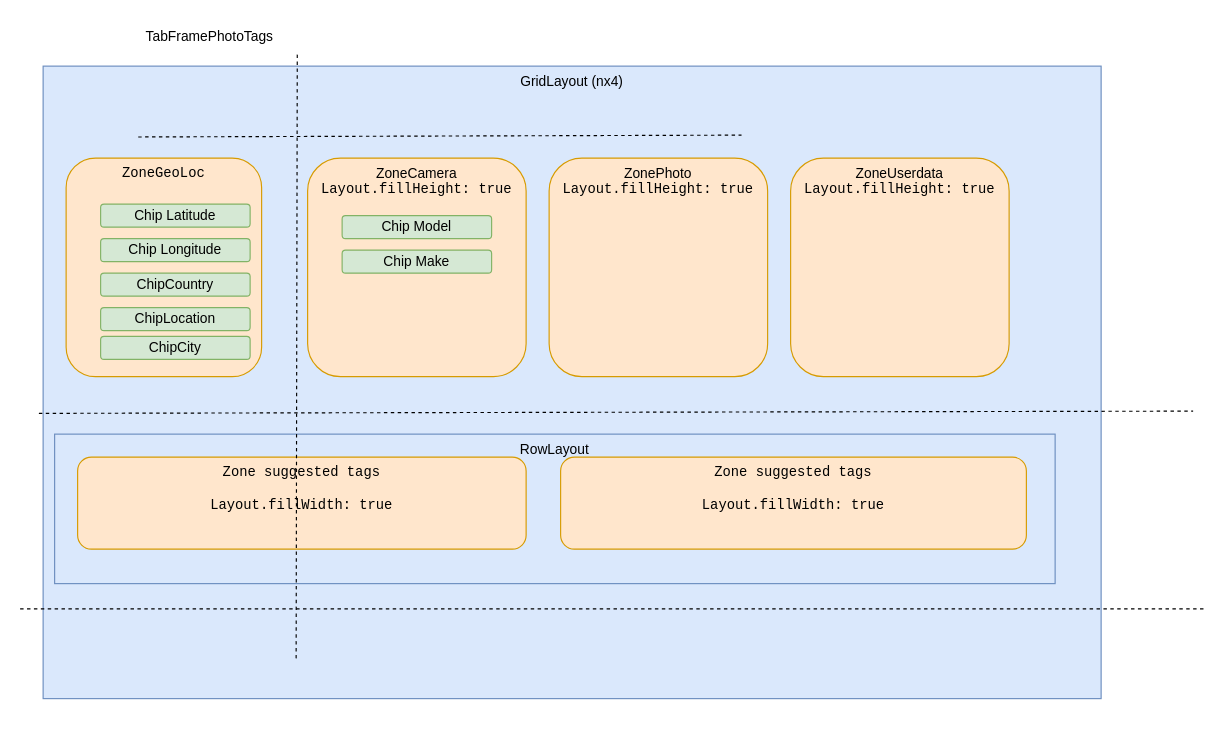
Earlier version of the draw.io diagram page "PHOTO TAGS" (4 of 5) of docs/TiPhotoLocatorViews.drawio (Sphinkie/tiPhotoLocator). Source tidied: cells renumbered, new cells numbered last; positions are measured from the earlier drawing's top-left corner, leaving out a move shared by most shapes. Both pictures are drawn from the tidied source at 115%, with x=0, y=0 at pixel (20, 20).
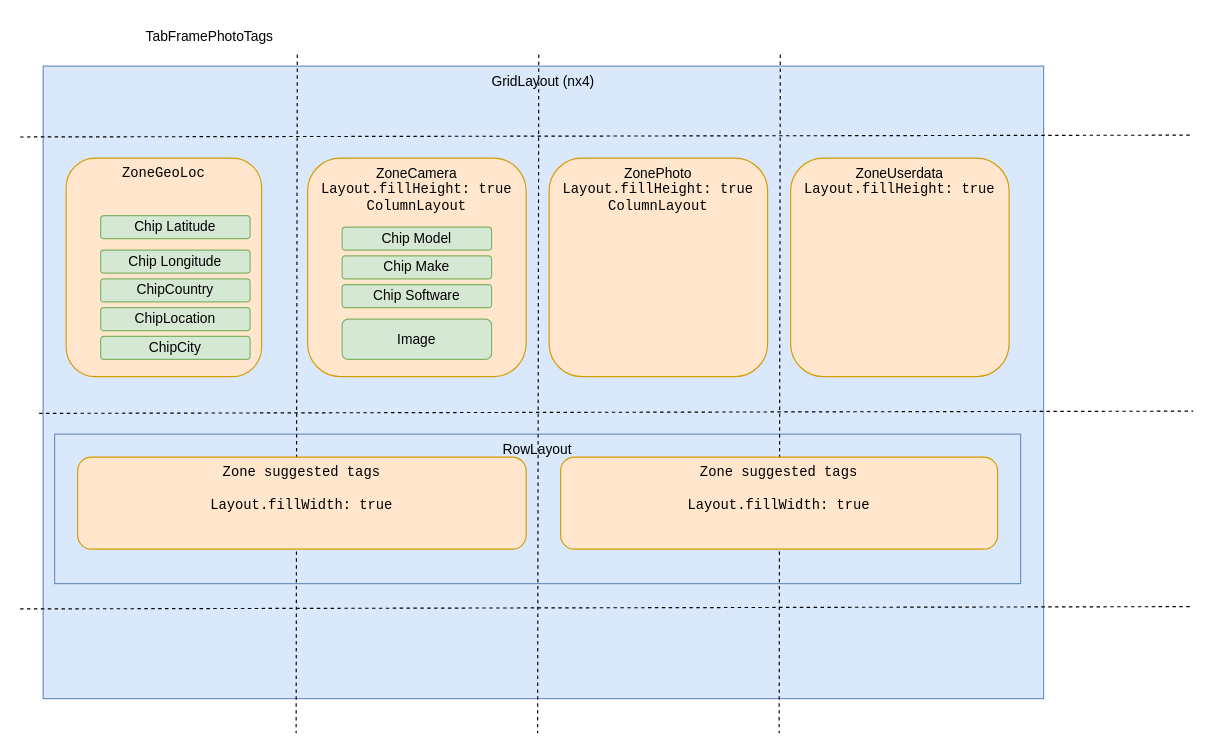
After the change.

Diff of the diagram source:
```diff
@@
     <mxCell id="2" value="GridLayout (nx4)" style="rounded=0;whiteSpace=wrap;html=1;fillColor=#dae8fc;strokeColor=#6c8ebf;verticalAlign=top;" parent="1" vertex="1">
-      <mxGeometry x="20" y="40" width="920" height="550" as="geometry" />
+      <mxGeometry x="20" y="40" width="870" height="550" as="geometry" />
     </mxCell>
     <mxCell id="3" value="RowLayout" style="rounded=0;whiteSpace=wrap;html=1;fillColor=#dae8fc;strokeColor=#6c8ebf;verticalAlign=top;" parent="1" vertex="1">
-      <mxGeometry x="30" y="360" width="870" height="130" as="geometry" />
+      <mxGeometry x="30" y="360" width="840" height="130" as="geometry" />
     </mxCell>
@@
-    <mxCell id="5" value="&lt;pre style=&quot;margin-top: 0px; margin-bottom: 0px;&quot;&gt;Zone suggested tags&lt;/pre&gt;&lt;pre style=&quot;margin-top: 0px; margin-bottom: 0px;&quot;&gt;&lt;br&gt;&lt;/pre&gt;&lt;pre style=&quot;margin-top: 0px; margin-bottom: 0px;&quot;&gt;Layout.fillWidth:&lt;span style=&quot;color:#c0c0c0;&quot;&gt; &lt;/span&gt;true&lt;/pre&gt;" style="rounded=1;whiteSpace=wrap;html=1;fillColor=#ffe6cc;strokeColor=#d79b00;verticalAlign=top;" parent="1" vertex="1">
-      <mxGeometry x="50" y="380" width="390" height="80" as="geometry" />
-    </mxCell>
@@
-    <mxCell id="7" style="endArrow=none;dashed=1;html=1;rounded=0;exitX=-0.003;exitY=0.275;exitDx=0;exitDy=0;exitPerimeter=0;entryX=1.006;entryY=0.272;entryDx=0;entryDy=0;entryPerimeter=0;" parent="1" edge="1">
+    <mxCell id="7" style="endArrow=none;dashed=1;html=1;rounded=0;exitX=-0.003;exitY=0.275;exitDx=0;exitDy=0;exitPerimeter=0;" parent="1" edge="1">
       <mxGeometry relative="1" as="geometry">
-        <mxPoint x="102.7" y="101.6" as="sourcePoint" />
-        <mxPoint x="627.3" y="100" as="targetPoint" />
+        <mxPoint y="101.6" as="sourcePoint" />
+        <mxPoint x="1020" y="100" as="targetPoint" />
       </mxGeometry>
     </mxCell>
@@
     <mxCell id="9" style="endArrow=none;dashed=1;html=1;rounded=0;exitX=-0.003;exitY=0.275;exitDx=0;exitDy=0;exitPerimeter=0;" parent="1" edge="1">
       <mxGeometry relative="1" as="geometry">
         <mxPoint y="512" as="sourcePoint" />
-        <mxPoint x="1030" y="512" as="targetPoint" />
+        <mxPoint x="1020" y="510" as="targetPoint" />
       </mxGeometry>
     </mxCell>
-    <mxCell id="10" style="endArrow=none;dashed=1;html=1;rounded=0;exitX=0.602;exitY=-0.002;exitDx=0;exitDy=0;exitPerimeter=0;entryX=0.6;entryY=1.013;entryDx=0;entryDy=0;entryPerimeter=0;" parent="1" edge="1">
+    <mxCell id="10" style="endArrow=none;dashed=1;html=1;rounded=0;exitX=0.602;exitY=-0.002;exitDx=0;exitDy=0;exitPerimeter=0;" parent="1" edge="1">
       <mxGeometry relative="1" as="geometry">
         <mxPoint x="241" y="30" as="sourcePoint" />
-        <mxPoint x="240" y="557.8" as="targetPoint" />
+        <mxPoint x="240" y="620" as="targetPoint" />
       </mxGeometry>
     </mxCell>
-    <mxCell id="11" value="ZoneCamera&lt;br&gt;&lt;pre style=&quot;margin-top: 0px; margin-bottom: 0px;&quot;&gt;Layout.fillHeight:&lt;span style=&quot;color:#c0c0c0;&quot;&gt; &lt;/span&gt;true&lt;/pre&gt;" style="rounded=1;whiteSpace=wrap;html=1;fillColor=#ffe6cc;strokeColor=#d79b00;verticalAlign=top;" parent="1" vertex="1">
+    <mxCell id="11" value="ZoneCamera&lt;br&gt;&lt;pre style=&quot;margin-top: 0px; margin-bottom: 0px;&quot;&gt;Layout.fillHeight:&lt;span style=&quot;color:#c0c0c0;&quot;&gt; &lt;/span&gt;true&lt;/pre&gt;&lt;pre style=&quot;margin-top: 0px; margin-bottom: 0px;&quot;&gt;ColumnLayout&lt;/pre&gt;" style="rounded=1;whiteSpace=wrap;html=1;fillColor=#ffe6cc;strokeColor=#d79b00;verticalAlign=top;" parent="1" vertex="1">
       <mxGeometry x="250" y="120" width="190" height="190" as="geometry" />
     </mxCell>
@@
-    <mxCell id="13" value="ZonePhoto&lt;br&gt;&lt;pre style=&quot;margin-top: 0px; margin-bottom: 0px;&quot;&gt;Layout.fillHeight:&lt;span style=&quot;color:#c0c0c0;&quot;&gt; &lt;/span&gt;true&lt;/pre&gt;" style="rounded=1;whiteSpace=wrap;html=1;fillColor=#ffe6cc;strokeColor=#d79b00;verticalAlign=top;" parent="1" vertex="1">
+    <mxCell id="13" value="ZonePhoto&lt;br&gt;&lt;pre style=&quot;margin-top: 0px; margin-bottom: 0px;&quot;&gt;Layout.fillHeight:&lt;span style=&quot;color:#c0c0c0;&quot;&gt; &lt;/span&gt;true&lt;/pre&gt;&lt;pre style=&quot;margin-top: 0px; margin-bottom: 0px;&quot;&gt;ColumnLayout&lt;/pre&gt;" style="rounded=1;whiteSpace=wrap;html=1;fillColor=#ffe6cc;strokeColor=#d79b00;verticalAlign=top;" parent="1" vertex="1">
       <mxGeometry x="460" y="120" width="190" height="190" as="geometry" />
     </mxCell>
     <mxCell id="14" value="Chip Latitude" style="rounded=1;whiteSpace=wrap;html=1;fillColor=#d5e8d4;strokeColor=#82b366;" parent="1" vertex="1">
-      <mxGeometry x="70" y="160" width="130" height="20" as="geometry" />
+      <mxGeometry x="70" y="170" width="130" height="20" as="geometry" />
     </mxCell>
@@
     <mxCell id="16" value="ChipCountry" style="rounded=1;whiteSpace=wrap;html=1;fillColor=#d5e8d4;strokeColor=#82b366;" parent="1" vertex="1">
-      <mxGeometry x="70" y="220" width="130" height="20" as="geometry" />
+      <mxGeometry x="70" y="225" width="130" height="20" as="geometry" />
     </mxCell>
@@
     <mxCell id="18" value="Chip Longitude" style="rounded=1;whiteSpace=wrap;html=1;fillColor=#d5e8d4;strokeColor=#82b366;" parent="1" vertex="1">
-      <mxGeometry x="70" y="190" width="130" height="20" as="geometry" />
+      <mxGeometry x="70" y="200" width="130" height="20" as="geometry" />
     </mxCell>
     <mxCell id="19" value="Chip Model" style="rounded=1;whiteSpace=wrap;html=1;fillColor=#d5e8d4;strokeColor=#82b366;" parent="1" vertex="1">
-      <mxGeometry x="280" y="170" width="130" height="20" as="geometry" />
+      <mxGeometry x="280" y="180" width="130" height="20" as="geometry" />
     </mxCell>
     <mxCell id="20" value="Chip Make" style="rounded=1;whiteSpace=wrap;html=1;fillColor=#d5e8d4;strokeColor=#82b366;" parent="1" vertex="1">
-      <mxGeometry x="280" y="200" width="130" height="20" as="geometry" />
+      <mxGeometry x="280" y="205" width="130" height="20" as="geometry" />
     </mxCell>
+    <mxCell id="22" style="endArrow=none;dashed=1;html=1;rounded=0;exitX=0.602;exitY=-0.002;exitDx=0;exitDy=0;exitPerimeter=0;" parent="1" edge="1">
+      <mxGeometry relative="1" as="geometry">
+        <mxPoint x="451" y="30" as="sourcePoint" />
+        <mxPoint x="450" y="620" as="targetPoint" />
+      </mxGeometry>
+    </mxCell>
+    <mxCell id="23" style="endArrow=none;dashed=1;html=1;rounded=0;exitX=0.602;exitY=-0.002;exitDx=0;exitDy=0;exitPerimeter=0;" parent="1" edge="1">
+      <mxGeometry relative="1" as="geometry">
+        <mxPoint x="661" y="30" as="sourcePoint" />
+        <mxPoint x="660" y="620" as="targetPoint" />
+      </mxGeometry>
+    </mxCell>
+    <mxCell id="5" value="&lt;pre style=&quot;margin-top: 0px; margin-bottom: 0px;&quot;&gt;Zone suggested tags&lt;/pre&gt;&lt;pre style=&quot;margin-top: 0px; margin-bottom: 0px;&quot;&gt;&lt;br&gt;&lt;/pre&gt;&lt;pre style=&quot;margin-top: 0px; margin-bottom: 0px;&quot;&gt;Layout.fillWidth:&lt;span style=&quot;color:#c0c0c0;&quot;&gt; &lt;/span&gt;true&lt;/pre&gt;" style="rounded=1;whiteSpace=wrap;html=1;fillColor=#ffe6cc;strokeColor=#d79b00;verticalAlign=top;" parent="1" vertex="1">
+      <mxGeometry x="50" y="380" width="390" height="80" as="geometry" />
+    </mxCell>
     <mxCell id="21" value="&lt;pre style=&quot;margin-top: 0px; margin-bottom: 0px;&quot;&gt;Zone suggested tags&lt;/pre&gt;&lt;pre style=&quot;margin-top: 0px; margin-bottom: 0px;&quot;&gt;&lt;br&gt;&lt;/pre&gt;&lt;pre style=&quot;margin-top: 0px; margin-bottom: 0px;&quot;&gt;Layout.fillWidth:&lt;span style=&quot;color:#c0c0c0;&quot;&gt; &lt;/span&gt;true&lt;/pre&gt;" style="rounded=1;whiteSpace=wrap;html=1;fillColor=#ffe6cc;strokeColor=#d79b00;verticalAlign=top;" parent="1" vertex="1">
-      <mxGeometry x="470" y="380" width="405" height="80" as="geometry" />
+      <mxGeometry x="470" y="380" width="380" height="80" as="geometry" />
     </mxCell>
+    <mxCell id="24" value="Chip Software" style="rounded=1;whiteSpace=wrap;html=1;fillColor=#d5e8d4;strokeColor=#82b366;" parent="1" vertex="1">
+      <mxGeometry x="280" y="230" width="130" height="20" as="geometry" />
+    </mxCell>
+    <mxCell id="25" value="Image" style="rounded=1;whiteSpace=wrap;html=1;fillColor=#d5e8d4;strokeColor=#82b366;" parent="1" vertex="1">
+      <mxGeometry x="280" y="260" width="130" height="35" as="geometry" />
+    </mxCell>
```
